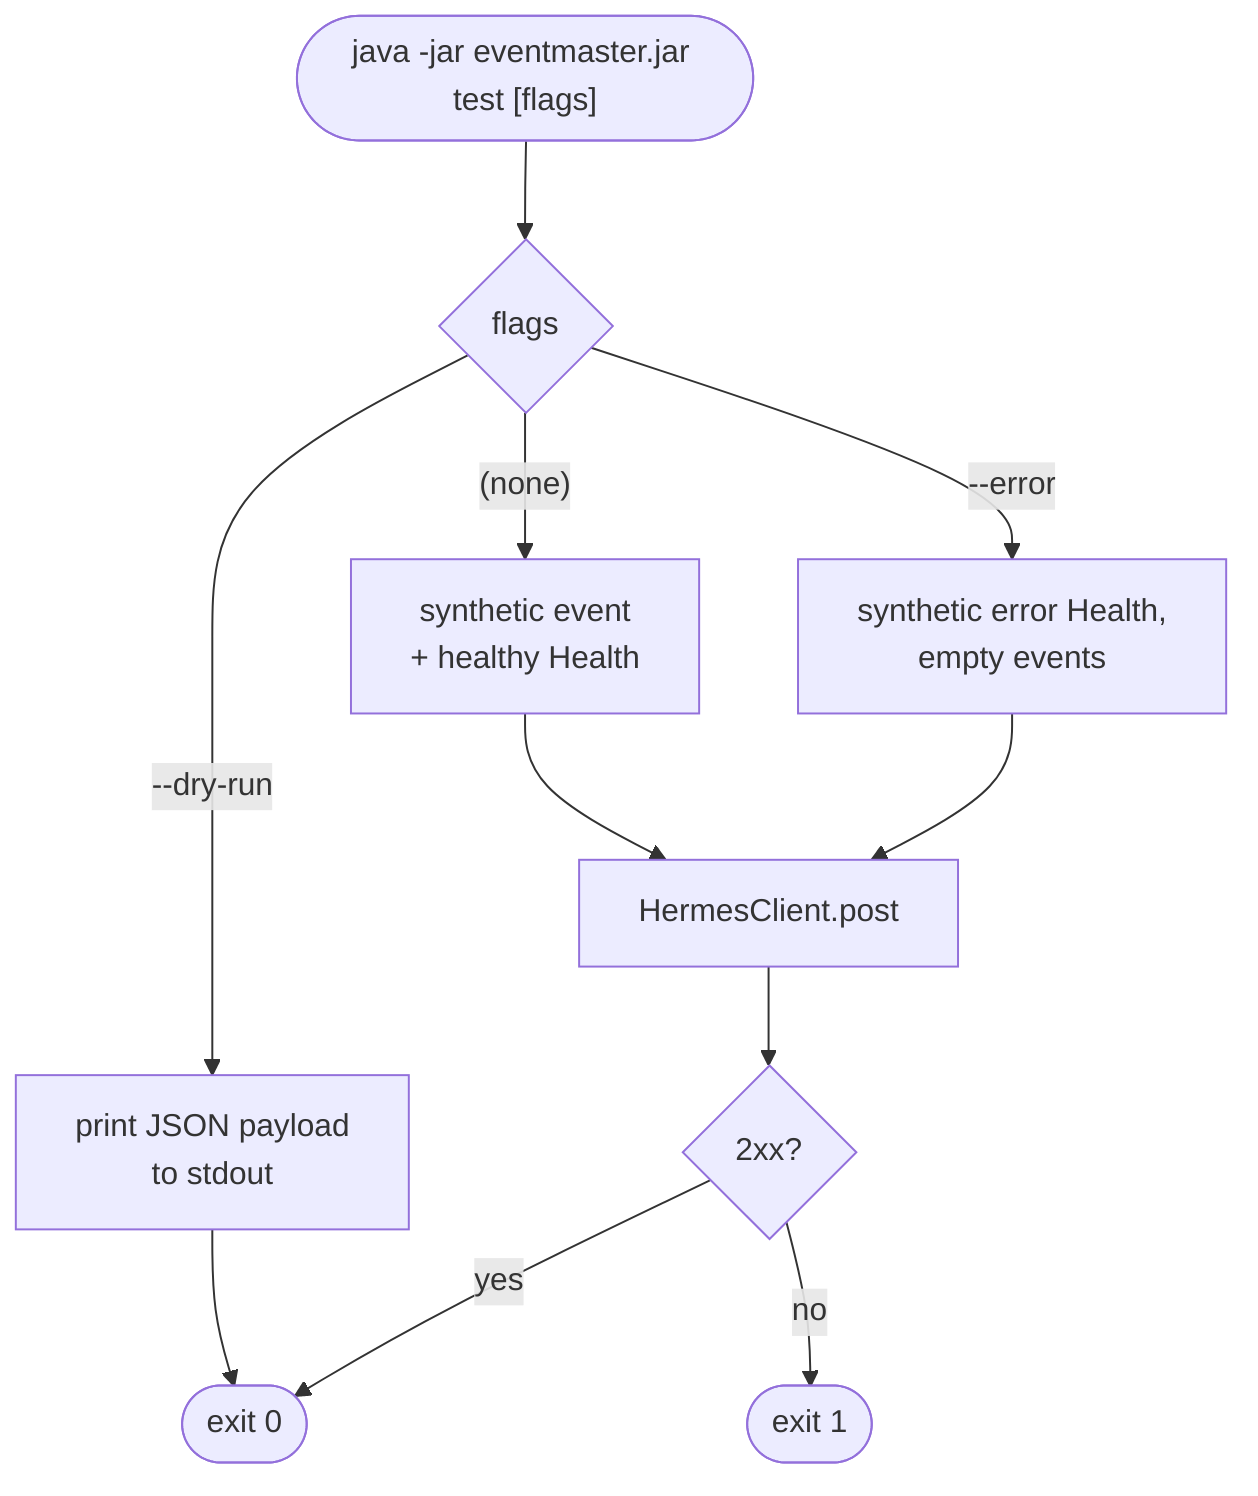
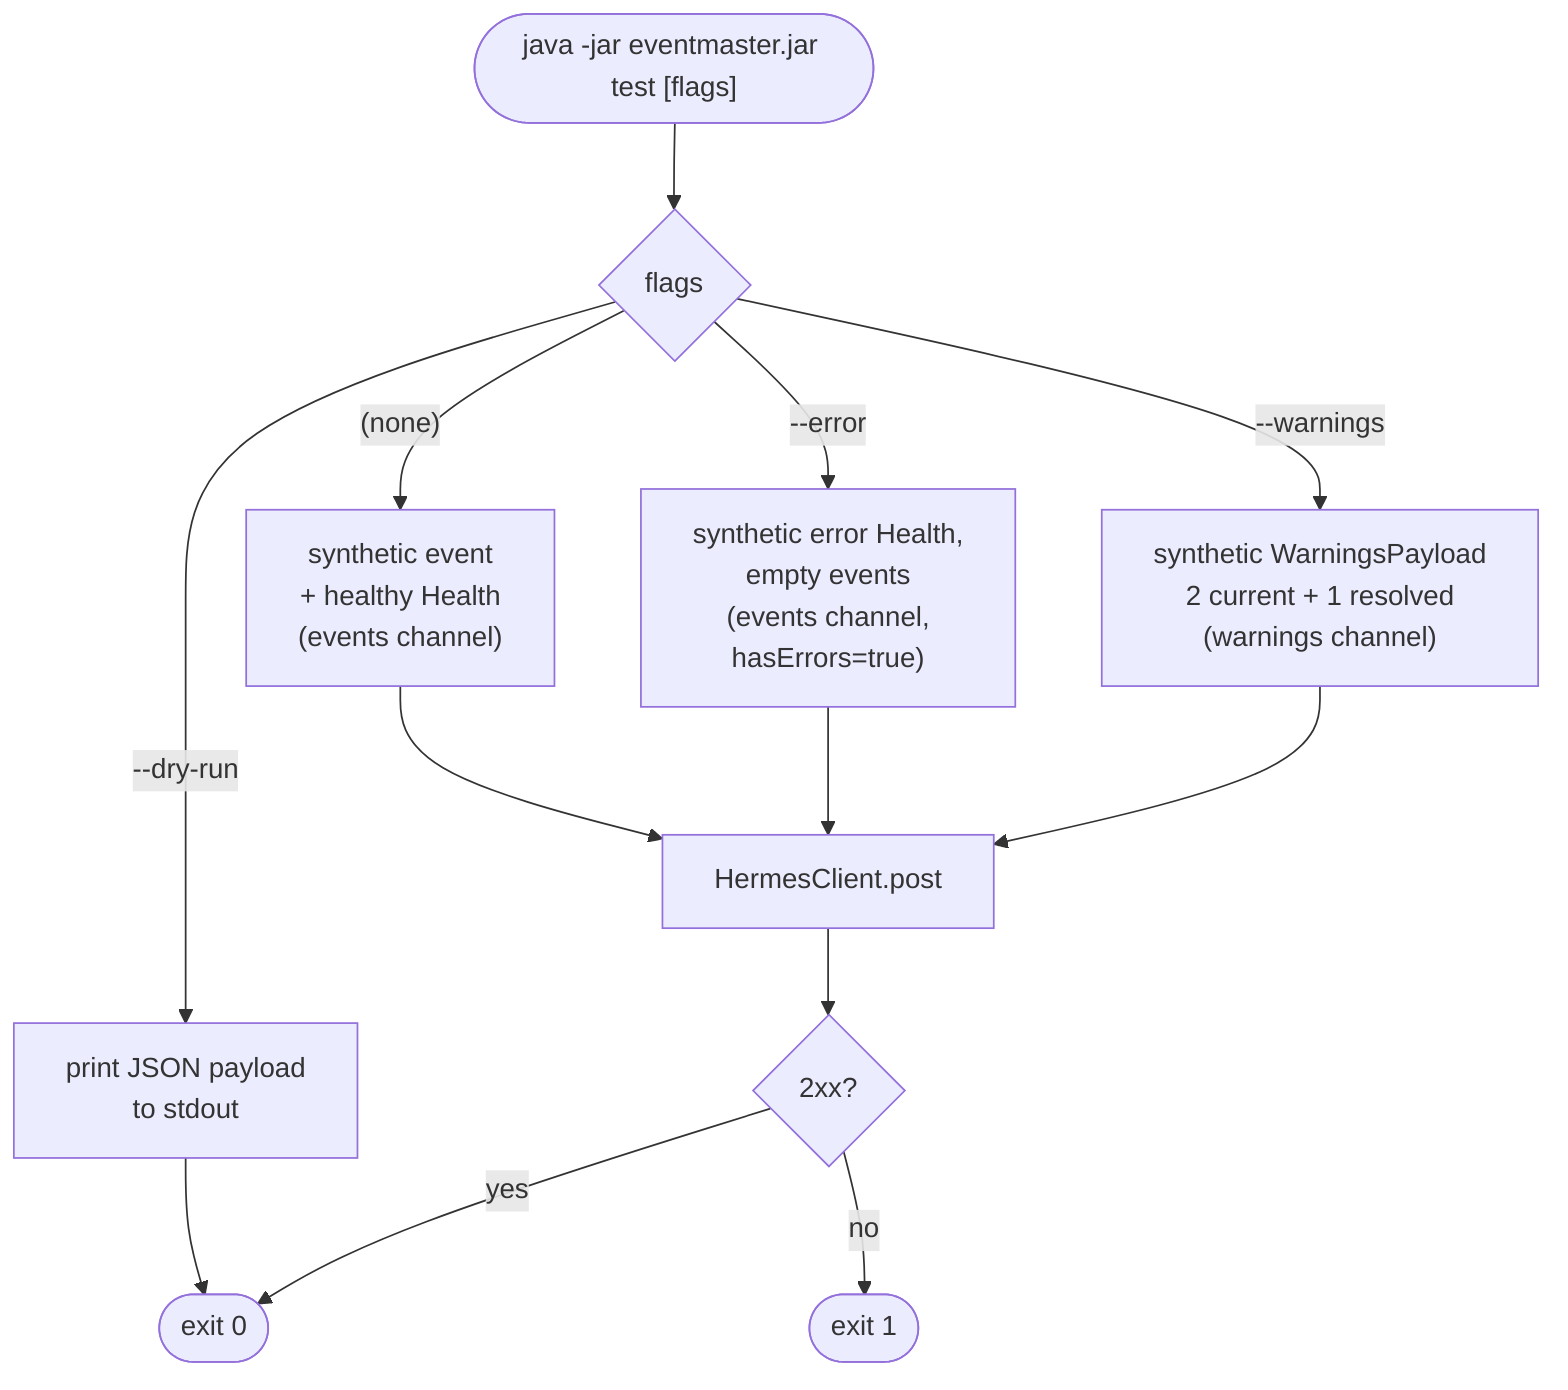
%% Synthetic webhook test path: `java -jar eventmaster.jar test [flags]`.
%% Bypasses Gmail / Luma / Instagram entirely — exercises only the Hermes
- %% webhook end-to-end. Lives in HermesTest.run().
+ %% webhook end-to-end. Lives in HermesTest.run() / HermesTest.runWarnings().

flowchart TD
    Start(["java -jar eventmaster.jar test [flags]"]) --> TF{flags}
-     TF -- "(none)" --> OKp["synthetic event<br/>+ healthy Health"]
-     TF -- "--error" --> EP2["synthetic error Health,<br/>empty events"]
+     TF -- "(none)" --> OKp["synthetic event<br/>+ healthy Health<br/>(events channel)"]
+     TF -- "--error" --> EP2["synthetic error Health,<br/>empty events<br/>(events channel,<br/>hasErrors=true)"]
+     TF -- "--warnings" --> WP["synthetic WarningsPayload<br/>2 current + 1 resolved<br/>(warnings channel)"]
    TF -- "--dry-run" --> DR["print JSON payload<br/>to stdout"]
    DR --> OK(["exit 0"])
    OKp --> PT["HermesClient.post"]
    EP2 --> PT
+     WP --> PT
    PT --> Tr{"2xx?"}
    Tr -- yes --> OK
    Tr -- no --> FAIL(["exit 1"])
